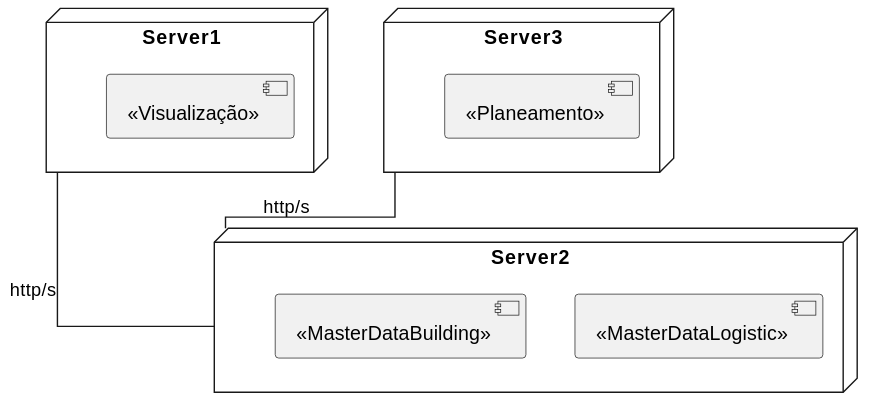
Earlier version of the PlantUML export Visualization/docs/Level_2/Diagrams/PhysicalView.svg (Pedro-Pereira1/sem5pi_23_24_g056_Visualization).
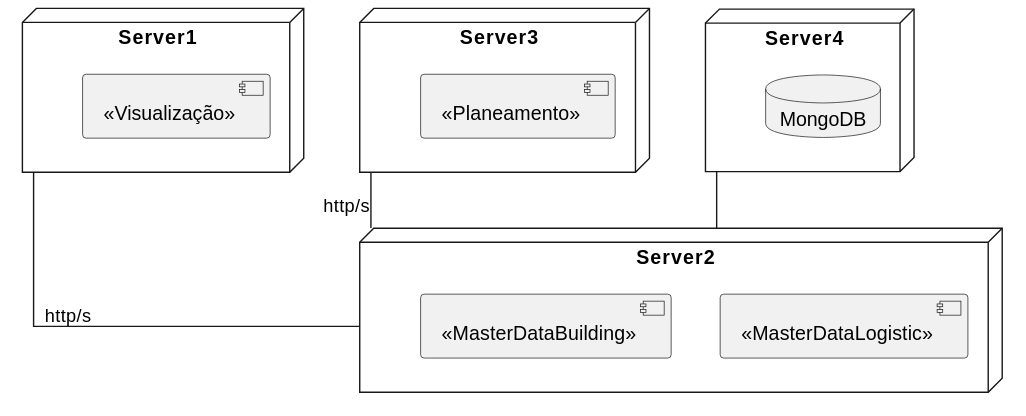
After the change.

Commit message:
Updated PhysicalView for Sprint 2 add Database

Change to the diagram source:
```diff
@@ -19,8 +19,13 @@
   }
 }
 
+node Server4{
+  database MongoDB
+}
+
 
 
 Server1 -d- Server2: http/s
 Server2 -u- Server3: http/s
+Server2 -u- Server4
 @enduml
```
